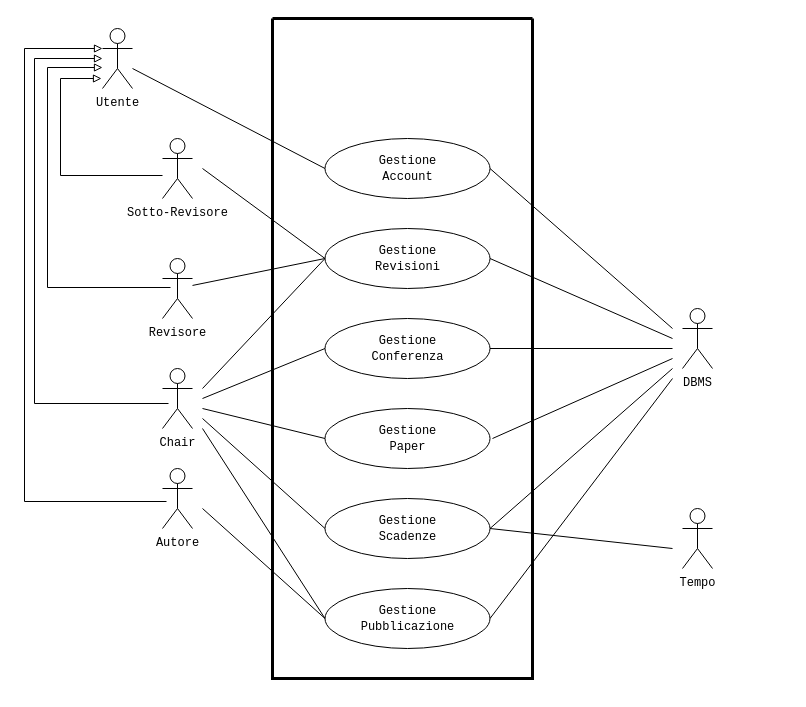
This is VistaInsieme.drawio from Gabro29/IngegneriaSoftware, a draw.io file, before an edit. Source tidied: cells renumbered, new cells numbered last; positions are measured from the earlier drawing's top-left corner, leaving out a move shared by most shapes. Both pictures are drawn from the tidied source at 100%, with x=0, y=0 at pixel (24, 18).
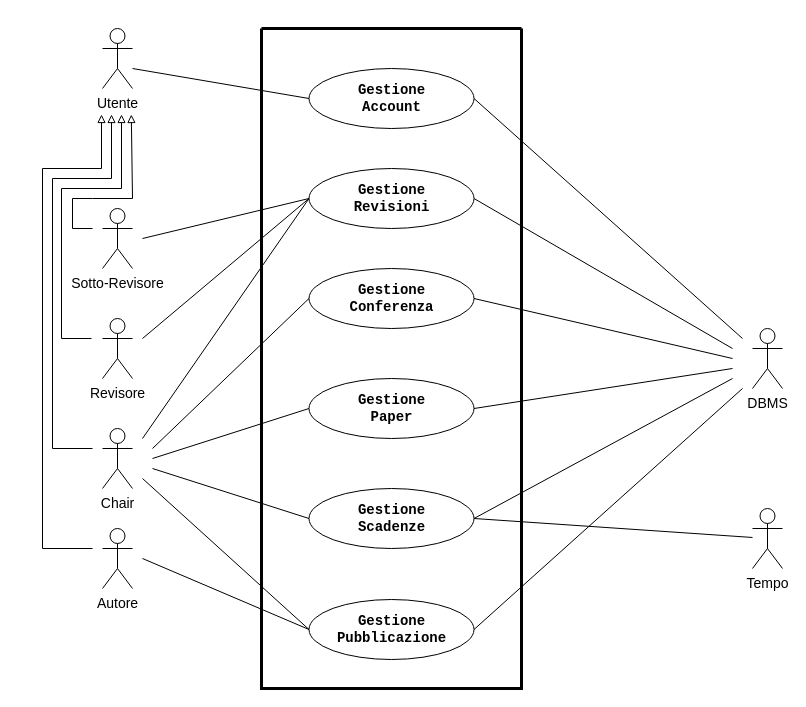
The same page after the edit.

Change to the diagram source:
```diff
@@
     <mxCell id="2" style="swimlane;startSize=0;swimlaneFillColor=none;strokeWidth=3;strokeColor=light-dark(#000000,#000000);labelBackgroundColor=none;fontColor=light-dark(#000000,#000000);" parent="1" vertex="1">
-      <mxGeometry x="248" width="260" height="660" as="geometry" />
+      <mxGeometry x="237" y="10" width="260" height="660" as="geometry" />
     </mxCell>
-    <mxCell id="3" value="&lt;font style=&quot;color: light-dark(rgb(0, 0, 0), rgb(0, 0, 0));&quot; face=&quot;Courier New&quot;&gt;Gestione&lt;/font&gt;&lt;div&gt;&lt;font style=&quot;color: light-dark(rgb(0, 0, 0), rgb(0, 0, 0));&quot; face=&quot;Courier New&quot;&gt;Account&lt;/font&gt;&lt;/div&gt;" style="ellipse;whiteSpace=wrap;html=1;fillColor=light-dark(#FFFFFF,#FFFFFF);strokeColor=light-dark(#000000,#000000);" parent="2" vertex="1">
-      <mxGeometry x="52.5" y="120" width="165" height="60" as="geometry" />
+    <mxCell id="3" value="&lt;font style=&quot;color: light-dark(rgb(0, 0, 0), rgb(0, 0, 0)); font-size: 14px;&quot; face=&quot;Courier New&quot;&gt;&lt;b&gt;Gestione&lt;/b&gt;&lt;/font&gt;&lt;div&gt;&lt;font style=&quot;color: light-dark(rgb(0, 0, 0), rgb(0, 0, 0)); font-size: 14px;&quot; face=&quot;Courier New&quot;&gt;&lt;b&gt;Account&lt;/b&gt;&lt;/font&gt;&lt;/div&gt;" style="ellipse;whiteSpace=wrap;html=1;fillColor=light-dark(#FFFFFF,#FFFFFF);strokeColor=light-dark(#000000,#000000);" parent="2" vertex="1">
+      <mxGeometry x="47.5" y="40" width="165" height="60" as="geometry" />
     </mxCell>
-    <mxCell id="4" value="&lt;font face=&quot;Courier New&quot; style=&quot;color: light-dark(rgb(0, 0, 0), rgb(0, 0, 0));&quot;&gt;Gestione&lt;/font&gt;&lt;div&gt;&lt;span style=&quot;font-family: &amp;quot;Courier New&amp;quot;;&quot;&gt;&lt;font style=&quot;color: light-dark(rgb(0, 0, 0), rgb(0, 0, 0));&quot;&gt;Revisioni&lt;/font&gt;&lt;/span&gt;&lt;/div&gt;" style="ellipse;whiteSpace=wrap;html=1;fillColor=light-dark(#FFFFFF,#FFFFFF);strokeColor=light-dark(#000000,#000000);" parent="2" vertex="1">
-      <mxGeometry x="52.5" y="210" width="165" height="60" as="geometry" />
+    <mxCell id="4" value="&lt;font face=&quot;Courier New&quot; style=&quot;color: light-dark(rgb(0, 0, 0), rgb(0, 0, 0)); font-size: 14px;&quot;&gt;&lt;b&gt;Gestione&lt;/b&gt;&lt;/font&gt;&lt;div&gt;&lt;span style=&quot;font-family: &amp;quot;Courier New&amp;quot;;&quot;&gt;&lt;font style=&quot;color: light-dark(rgb(0, 0, 0), rgb(0, 0, 0)); font-size: 14px;&quot;&gt;&lt;b&gt;Revisioni&lt;/b&gt;&lt;/font&gt;&lt;/span&gt;&lt;/div&gt;" style="ellipse;whiteSpace=wrap;html=1;fillColor=light-dark(#FFFFFF,#FFFFFF);strokeColor=light-dark(#000000,#000000);" parent="2" vertex="1">
+      <mxGeometry x="47.5" y="140" width="165" height="60" as="geometry" />
     </mxCell>
-    <mxCell id="5" value="&lt;font face=&quot;Courier New&quot; style=&quot;color: light-dark(rgb(0, 0, 0), rgb(0, 0, 0));&quot;&gt;Gestione&lt;/font&gt;&lt;div&gt;&lt;font style=&quot;color: light-dark(rgb(0, 0, 0), rgb(0, 0, 0));&quot; face=&quot;Courier New&quot;&gt;Conferenza&lt;/font&gt;&lt;/div&gt;" style="ellipse;whiteSpace=wrap;html=1;fillColor=light-dark(#FFFFFF,#FFFFFF);strokeColor=light-dark(#000000,#000000);" parent="2" vertex="1">
-      <mxGeometry x="52.5" y="300" width="165" height="60" as="geometry" />
+    <mxCell id="5" value="&lt;font face=&quot;Courier New&quot; style=&quot;color: light-dark(rgb(0, 0, 0), rgb(0, 0, 0)); font-size: 14px;&quot;&gt;&lt;b&gt;Gestione&lt;/b&gt;&lt;/font&gt;&lt;div&gt;&lt;font style=&quot;color: light-dark(rgb(0, 0, 0), rgb(0, 0, 0)); font-size: 14px;&quot; face=&quot;Courier New&quot;&gt;&lt;b&gt;Conferenza&lt;/b&gt;&lt;/font&gt;&lt;/div&gt;" style="ellipse;whiteSpace=wrap;html=1;fillColor=light-dark(#FFFFFF,#FFFFFF);strokeColor=light-dark(#000000,#000000);" parent="2" vertex="1">
+      <mxGeometry x="47.5" y="240" width="165" height="60" as="geometry" />
     </mxCell>
-    <mxCell id="6" value="&lt;font face=&quot;Courier New&quot; style=&quot;color: light-dark(rgb(0, 0, 0), rgb(0, 0, 0));&quot;&gt;Gestione&lt;/font&gt;&lt;div&gt;&lt;span style=&quot;font-family: &amp;quot;Courier New&amp;quot;;&quot;&gt;&lt;font style=&quot;color: light-dark(rgb(0, 0, 0), rgb(0, 0, 0));&quot;&gt;Paper&lt;/font&gt;&lt;/span&gt;&lt;/div&gt;" style="ellipse;whiteSpace=wrap;html=1;fillColor=light-dark(#FFFFFF,#FFFFFF);strokeColor=light-dark(#000000,#000000);" parent="2" vertex="1">
-      <mxGeometry x="52.5" y="390" width="165" height="60" as="geometry" />
+    <mxCell id="6" value="&lt;font face=&quot;Courier New&quot; style=&quot;color: light-dark(rgb(0, 0, 0), rgb(0, 0, 0)); font-size: 14px;&quot;&gt;&lt;b&gt;Gestione&lt;/b&gt;&lt;/font&gt;&lt;div&gt;&lt;span style=&quot;font-family: &amp;quot;Courier New&amp;quot;;&quot;&gt;&lt;font style=&quot;color: light-dark(rgb(0, 0, 0), rgb(0, 0, 0)); font-size: 14px;&quot;&gt;&lt;b&gt;Paper&lt;/b&gt;&lt;/font&gt;&lt;/span&gt;&lt;/div&gt;" style="ellipse;whiteSpace=wrap;html=1;fillColor=light-dark(#FFFFFF,#FFFFFF);strokeColor=light-dark(#000000,#000000);" parent="2" vertex="1">
+      <mxGeometry x="47.5" y="350" width="165" height="60" as="geometry" />
     </mxCell>
-    <mxCell id="7" value="&lt;font face=&quot;Courier New&quot; style=&quot;color: light-dark(rgb(0, 0, 0), rgb(0, 0, 0));&quot;&gt;Gestione&lt;/font&gt;&lt;div&gt;&lt;font face=&quot;Courier New&quot; style=&quot;color: light-dark(rgb(0, 0, 0), rgb(0, 0, 0));&quot;&gt;Pubblicazione&lt;/font&gt;&lt;/div&gt;" style="ellipse;whiteSpace=wrap;html=1;fillColor=light-dark(#FFFFFF,#FFFFFF);strokeColor=light-dark(#000000,#000000);" parent="2" vertex="1">
-      <mxGeometry x="52.5" y="570" width="165" height="60" as="geometry" />
+    <mxCell id="7" value="&lt;font face=&quot;Courier New&quot; style=&quot;color: light-dark(rgb(0, 0, 0), rgb(0, 0, 0)); font-size: 14px;&quot;&gt;&lt;b&gt;Gestione&lt;/b&gt;&lt;/font&gt;&lt;div&gt;&lt;font face=&quot;Courier New&quot; style=&quot;color: light-dark(rgb(0, 0, 0), rgb(0, 0, 0)); font-size: 14px;&quot;&gt;&lt;b&gt;Pubblicazione&lt;/b&gt;&lt;/font&gt;&lt;/div&gt;" style="ellipse;whiteSpace=wrap;html=1;fillColor=light-dark(#FFFFFF,#FFFFFF);strokeColor=light-dark(#000000,#000000);" parent="2" vertex="1">
+      <mxGeometry x="47.5" y="571" width="165" height="60" as="geometry" />
     </mxCell>
-    <mxCell id="8" value="&lt;font face=&quot;Courier New&quot; style=&quot;color: light-dark(rgb(0, 0, 0), rgb(0, 0, 0));&quot;&gt;Gestione&lt;/font&gt;&lt;div&gt;&lt;font face=&quot;Courier New&quot; style=&quot;color: light-dark(rgb(0, 0, 0), rgb(0, 0, 0));&quot;&gt;Scadenze&lt;/font&gt;&lt;/div&gt;" style="ellipse;whiteSpace=wrap;html=1;fillColor=light-dark(#FFFFFF,#FFFFFF);strokeColor=light-dark(#000000,#000000);" parent="2" vertex="1">
-      <mxGeometry x="52.5" y="480" width="165" height="60" as="geometry" />
+    <mxCell id="8" value="&lt;font face=&quot;Courier New&quot; style=&quot;color: light-dark(rgb(0, 0, 0), rgb(0, 0, 0)); font-size: 14px;&quot;&gt;&lt;b&gt;Gestione&lt;/b&gt;&lt;/font&gt;&lt;div&gt;&lt;font face=&quot;Courier New&quot; style=&quot;color: light-dark(rgb(0, 0, 0), rgb(0, 0, 0)); font-size: 14px;&quot;&gt;&lt;b&gt;Scadenze&lt;/b&gt;&lt;/font&gt;&lt;/div&gt;" style="ellipse;whiteSpace=wrap;html=1;fillColor=light-dark(#FFFFFF,#FFFFFF);strokeColor=light-dark(#000000,#000000);" parent="2" vertex="1">
+      <mxGeometry x="47.5" y="460" width="165" height="60" as="geometry" />
     </mxCell>
-    <mxCell id="9" style="edgeStyle=orthogonalEdgeStyle;rounded=0;jettySize=auto;html=1;endArrow=block;endFill=0;" parent="1" edge="1" target="15">
+    <mxCell id="9" style="edgeStyle=orthogonalEdgeStyle;rounded=0;orthogonalLoop=1;jettySize=auto;html=1;endArrow=block;endFill=0;strokeColor=light-dark(#000000,#000000);strokeWidth=1;" parent="1" edge="1">
       <mxGeometry relative="1" as="geometry">
-        <mxPoint x="146" y="269" as="sourcePoint" />
+        <mxPoint x="67" y="320" as="sourcePoint" />
+        <mxPoint x="97" y="96" as="targetPoint" />
         <Array as="points">
-          <mxPoint x="23" y="269" />
-          <mxPoint x="23" y="49" />
+          <mxPoint x="37" y="320" />
+          <mxPoint x="37" y="170" />
+          <mxPoint x="97" y="170" />
         </Array>
       </mxGeometry>
     </mxCell>
-    <mxCell id="10" value="&lt;font face=&quot;Courier New&quot; style=&quot;color: light-dark(rgb(0, 0, 0), rgb(0, 0, 0));&quot;&gt;Autore&lt;/font&gt;" style="shape=umlActor;verticalLabelPosition=bottom;verticalAlign=top;html=1;strokeColor=light-dark(#000000,#000000);" parent="1" vertex="1">
-      <mxGeometry x="138" y="450" width="30" height="60" as="geometry" />
+    <mxCell id="10" value="&lt;font face=&quot;Helvetica&quot; style=&quot;color: light-dark(rgb(0, 0, 0), rgb(0, 0, 0)); font-size: 14px;&quot;&gt;Autore&lt;/font&gt;" style="shape=umlActor;verticalLabelPosition=bottom;verticalAlign=top;html=1;strokeColor=light-dark(#000000,#000000);" parent="1" vertex="1">
+      <mxGeometry x="78" y="510" width="30" height="60" as="geometry" />
     </mxCell>
-    <mxCell id="11" value="&lt;font face=&quot;Courier New&quot; style=&quot;color: light-dark(rgb(0, 0, 0), rgb(0, 0, 0));&quot;&gt;Chair&lt;/font&gt;" style="shape=umlActor;verticalLabelPosition=bottom;verticalAlign=top;html=1;strokeColor=light-dark(#000000,#000000);" parent="1" vertex="1">
-      <mxGeometry x="138" y="350" width="30" height="60" as="geometry" />
+    <mxCell id="11" value="&lt;font face=&quot;Helvetica&quot; style=&quot;color: light-dark(rgb(0, 0, 0), rgb(0, 0, 0)); font-size: 14px;&quot;&gt;Chair&lt;/font&gt;" style="shape=umlActor;verticalLabelPosition=bottom;verticalAlign=top;html=1;strokeColor=light-dark(#000000,#000000);" parent="1" vertex="1">
+      <mxGeometry x="78" y="410" width="30" height="60" as="geometry" />
     </mxCell>
-    <mxCell id="12" value="&lt;font face=&quot;Courier New&quot; style=&quot;color: light-dark(rgb(0, 0, 0), rgb(0, 0, 0));&quot;&gt;Revisore&lt;/font&gt;" style="shape=umlActor;verticalLabelPosition=bottom;verticalAlign=top;html=1;outlineConnect=0;strokeColor=light-dark(#000000,#000000);" parent="1" vertex="1">
-      <mxGeometry x="138" y="240" width="30" height="60" as="geometry" />
+    <mxCell id="12" value="&lt;font face=&quot;Helvetica&quot; style=&quot;color: light-dark(rgb(0, 0, 0), rgb(0, 0, 0)); font-size: 14px;&quot;&gt;Revisore&lt;/font&gt;" style="shape=umlActor;verticalLabelPosition=bottom;verticalAlign=top;html=1;outlineConnect=0;strokeColor=light-dark(#000000,#000000);" parent="1" vertex="1">
+      <mxGeometry x="78" y="300" width="30" height="60" as="geometry" />
     </mxCell>
-    <mxCell id="13" value="&lt;font face=&quot;Courier New&quot; style=&quot;color: light-dark(rgb(0, 0, 0), rgb(0, 0, 0));&quot;&gt;Sotto-Revisore&lt;/font&gt;" style="shape=umlActor;verticalLabelPosition=bottom;verticalAlign=top;html=1;strokeColor=light-dark(#000000,#000000);" parent="1" vertex="1">
-      <mxGeometry x="138" y="120" width="30" height="60" as="geometry" />
+    <mxCell id="13" value="&lt;font face=&quot;Helvetica&quot; style=&quot;color: light-dark(rgb(0, 0, 0), rgb(0, 0, 0)); font-size: 14px;&quot;&gt;Sotto-Revisore&lt;/font&gt;" style="shape=umlActor;verticalLabelPosition=bottom;verticalAlign=top;html=1;strokeColor=light-dark(#000000,#000000);" parent="1" vertex="1">
+      <mxGeometry x="78" y="190" width="30" height="60" as="geometry" />
     </mxCell>
@@
-    <mxCell id="15" value="&lt;font face=&quot;Courier New&quot; style=&quot;color: light-dark(rgb(0, 0, 0), rgb(0, 0, 0));&quot;&gt;Utente&lt;/font&gt;" style="shape=umlActor;verticalLabelPosition=bottom;verticalAlign=top;html=1;outlineConnect=0;strokeColor=light-dark(#000000,#000000);" parent="1" vertex="1">
+    <mxCell id="15" value="&lt;font style=&quot;color: light-dark(rgb(0, 0, 0), rgb(0, 0, 0)); font-size: 14px;&quot;&gt;Utente&lt;/font&gt;" style="shape=umlActor;verticalLabelPosition=bottom;verticalAlign=top;html=1;outlineConnect=0;strokeColor=light-dark(#000000,#000000);" parent="1" vertex="1">
       <mxGeometry x="78" y="10" width="30" height="60" as="geometry" />
     </mxCell>
     <mxCell id="16" style="rounded=0;jettySize=auto;html=1;strokeColor=light-dark(#000000,#000000);endArrow=none;startFill=0;entryX=0;entryY=0.5;entryDx=0;entryDy=0;" parent="1" edge="1" target="4">
       <mxGeometry relative="1" as="geometry">
-        <mxPoint x="178" y="150" as="sourcePoint" />
+        <mxPoint x="118" y="220" as="sourcePoint" />
       </mxGeometry>
     </mxCell>
-    <mxCell id="17" style="rounded=0;jettySize=auto;html=1;strokeColor=light-dark(#000000,#000000);endArrow=none;startFill=0;entryX=0;entryY=0.5;entryDx=0;entryDy=0;" parent="1" edge="1" source="12" target="4">
-      <mxGeometry relative="1" as="geometry" />
+    <mxCell id="17" style="rounded=0;jettySize=auto;html=1;strokeColor=light-dark(#000000,#000000);endArrow=none;startFill=0;entryX=0;entryY=0.5;entryDx=0;entryDy=0;" parent="1" edge="1" target="4">
+      <mxGeometry relative="1" as="geometry">
+        <mxPoint x="118" y="320" as="sourcePoint" />
+      </mxGeometry>
     </mxCell>
     <mxCell id="18" style="rounded=0;jettySize=auto;html=1;strokeColor=light-dark(#000000,#000000);endArrow=none;startFill=0;entryX=0;entryY=0.5;entryDx=0;entryDy=0;" parent="1" edge="1" target="5">
       <mxGeometry relative="1" as="geometry">
-        <mxPoint x="178" y="380" as="sourcePoint" />
+        <mxPoint x="128" y="430" as="sourcePoint" />
       </mxGeometry>
     </mxCell>
     <mxCell id="19" style="rounded=0;jettySize=auto;html=1;strokeColor=light-dark(#000000,#000000);endArrow=none;startFill=0;entryX=0;entryY=0.5;entryDx=0;entryDy=0;" parent="1" edge="1" target="6">
       <mxGeometry relative="1" as="geometry">
-        <mxPoint x="178" y="390" as="sourcePoint" />
+        <mxPoint x="128" y="440" as="sourcePoint" />
       </mxGeometry>
     </mxCell>
     <mxCell id="20" style="rounded=0;jettySize=auto;html=1;strokeColor=light-dark(#000000,#000000);endArrow=none;startFill=0;entryX=0;entryY=0.5;entryDx=0;entryDy=0;" parent="1" edge="1" target="7">
       <mxGeometry relative="1" as="geometry">
-        <mxPoint x="178" y="410" as="sourcePoint" />
+        <mxPoint x="118" y="460" as="sourcePoint" />
       </mxGeometry>
     </mxCell>
     <mxCell id="21" style="rounded=0;jettySize=auto;html=1;strokeColor=light-dark(#000000,#000000);endArrow=none;startFill=0;entryX=0;entryY=0.5;entryDx=0;entryDy=0;" parent="1" edge="1" target="4">
       <mxGeometry relative="1" as="geometry">
-        <mxPoint x="178" y="370" as="sourcePoint" />
+        <mxPoint x="118" y="420" as="sourcePoint" />
       </mxGeometry>
     </mxCell>
     <mxCell id="22" style="rounded=0;jettySize=auto;html=1;strokeColor=light-dark(#000000,#000000);endArrow=none;startFill=0;entryX=0;entryY=0.5;entryDx=0;entryDy=0;" parent="1" edge="1" target="7">
       <mxGeometry relative="1" as="geometry">
-        <mxPoint x="178" y="490" as="sourcePoint" />
+        <mxPoint x="118" y="540" as="sourcePoint" />
       </mxGeometry>
     </mxCell>
     <mxCell id="23" style="rounded=0;jettySize=auto;html=1;strokeColor=light-dark(#000000,#000000);endArrow=none;startFill=0;entryX=0;entryY=0.5;entryDx=0;entryDy=0;" parent="1" edge="1" target="8">
       <mxGeometry relative="1" as="geometry">
-        <mxPoint x="178" y="400" as="sourcePoint" />
+        <mxPoint x="128" y="450" as="sourcePoint" />
       </mxGeometry>
     </mxCell>
-    <mxCell id="24" value="&lt;font face=&quot;Courier New&quot; style=&quot;color: light-dark(rgb(0, 0, 0), rgb(0, 0, 0));&quot;&gt;DBMS&lt;/font&gt;" style="shape=umlActor;verticalLabelPosition=bottom;verticalAlign=top;html=1;strokeColor=light-dark(#000000,#000000);" parent="1" vertex="1">
-      <mxGeometry x="658" y="290" width="30" height="60" as="geometry" />
+    <mxCell id="24" value="&lt;font face=&quot;Helvetica&quot; style=&quot;color: light-dark(rgb(0, 0, 0), rgb(0, 0, 0)); font-size: 14px;&quot;&gt;DBMS&lt;/font&gt;" style="shape=umlActor;verticalLabelPosition=bottom;verticalAlign=top;html=1;strokeColor=light-dark(#000000,#000000);" parent="1" vertex="1">
+      <mxGeometry x="728" y="310" width="30" height="60" as="geometry" />
     </mxCell>
-    <mxCell id="25" value="&lt;font face=&quot;Courier New&quot; style=&quot;color: light-dark(rgb(0, 0, 0), rgb(0, 0, 0));&quot;&gt;Tempo&lt;/font&gt;" style="shape=umlActor;verticalLabelPosition=bottom;verticalAlign=top;html=1;outlineConnect=0;strokeColor=light-dark(#000000,#000000);" parent="1" vertex="1">
-      <mxGeometry x="658" y="490" width="30" height="60" as="geometry" />
+    <mxCell id="25" value="&lt;font style=&quot;color: light-dark(rgb(0, 0, 0), rgb(0, 0, 0)); font-size: 14px;&quot;&gt;Tempo&lt;/font&gt;" style="shape=umlActor;verticalLabelPosition=bottom;verticalAlign=top;html=1;outlineConnect=0;strokeColor=light-dark(#000000,#000000);" parent="1" vertex="1">
+      <mxGeometry x="728" y="490" width="30" height="60" as="geometry" />
     </mxCell>
     <mxCell id="26" style="rounded=0;jettySize=auto;html=1;strokeColor=light-dark(#000000,#000000);endArrow=none;startFill=0;exitX=1;exitY=0.5;exitDx=0;exitDy=0;" parent="1" edge="1" source="3">
       <mxGeometry relative="1" as="geometry">
-        <mxPoint x="648" y="310" as="targetPoint" />
+        <mxPoint x="718" y="320" as="targetPoint" />
       </mxGeometry>
     </mxCell>
     <mxCell id="27" style="rounded=0;jettySize=auto;html=1;strokeColor=light-dark(#000000,#000000);endArrow=none;startFill=0;exitX=1;exitY=0.5;exitDx=0;exitDy=0;" parent="1" edge="1" source="4">
       <mxGeometry relative="1" as="geometry">
-        <mxPoint x="648" y="320" as="targetPoint" />
+        <mxPoint x="708" y="330" as="targetPoint" />
       </mxGeometry>
     </mxCell>
     <mxCell id="28" style="rounded=0;jettySize=auto;html=1;strokeColor=light-dark(#000000,#000000);endArrow=none;startFill=0;exitX=1;exitY=0.5;exitDx=0;exitDy=0;" parent="1" edge="1" source="5">
       <mxGeometry relative="1" as="geometry">
-        <mxPoint x="648" y="330" as="targetPoint" />
+        <mxPoint x="708" y="340" as="targetPoint" />
       </mxGeometry>
     </mxCell>
-    <mxCell id="29" style="rounded=0;orthogonalLoop=1;jettySize=auto;html=1;strokeColor=light-dark(#000000,#000000);endArrow=none;startFill=0;" parent="1" edge="1">
+    <mxCell id="29" style="rounded=0;jettySize=auto;html=1;strokeColor=light-dark(#000000,#000000);endArrow=none;startFill=0;exitX=1;exitY=0.5;exitDx=0;exitDy=0;" parent="1" edge="1" source="6">
       <mxGeometry relative="1" as="geometry">
-        <mxPoint x="468" y="420" as="sourcePoint" />
-        <mxPoint x="648" y="340" as="targetPoint" />
+        <mxPoint x="708" y="350" as="targetPoint" />
       </mxGeometry>
     </mxCell>
     <mxCell id="30" style="rounded=0;jettySize=auto;html=1;strokeColor=light-dark(#000000,#000000);endArrow=none;startFill=0;exitX=1;exitY=0.5;exitDx=0;exitDy=0;" parent="1" edge="1" source="8">
       <mxGeometry relative="1" as="geometry">
-        <mxPoint x="648" y="350" as="targetPoint" />
+        <mxPoint x="708" y="360" as="targetPoint" />
       </mxGeometry>
     </mxCell>
     <mxCell id="31" style="rounded=0;jettySize=auto;html=1;strokeColor=light-dark(#000000,#000000);endArrow=none;startFill=0;exitX=1;exitY=0.5;exitDx=0;exitDy=0;" parent="1" edge="1" source="7">
       <mxGeometry relative="1" as="geometry">
-        <mxPoint x="648" y="360" as="targetPoint" />
+        <mxPoint x="718" y="370" as="targetPoint" />
       </mxGeometry>
     </mxCell>
-    <mxCell id="32" style="rounded=0;jettySize=auto;html=1;strokeColor=light-dark(#000000,#000000);endArrow=none;startFill=0;exitX=1;exitY=0.5;exitDx=0;exitDy=0;" parent="1" edge="1" source="8">
-      <mxGeometry relative="1" as="geometry">
-        <mxPoint x="648" y="530" as="targetPoint" />
-      </mxGeometry>
+    <mxCell id="32" style="rounded=0;jettySize=auto;html=1;strokeColor=light-dark(#000000,#000000);endArrow=none;startFill=0;exitX=1;exitY=0.5;exitDx=0;exitDy=0;" parent="1" edge="1" source="8" target="25">
+      <mxGeometry relative="1" as="geometry" />
     </mxCell>
-    <mxCell id="33" style="edgeStyle=orthogonalEdgeStyle;rounded=0;orthogonalLoop=1;jettySize=auto;html=1;strokeColor=light-dark(#000000,#3C3C3C);endArrow=block;endFill=0;" parent="1" edge="1">
-      <mxGeometry relative="1" as="geometry">
-        <mxPoint x="138" y="157" as="sourcePoint" />
-        <mxPoint x="77" y="60" as="targetPoint" />
-        <Array as="points">
-          <mxPoint x="36" y="157" />
-          <mxPoint x="36" y="60" />
-        </Array>
-      </mxGeometry>
-    </mxCell>
-    <mxCell id="34" style="edgeStyle=orthogonalEdgeStyle;rounded=0;jettySize=auto;html=1;endArrow=block;endFill=0;" parent="1" edge="1" target="15">
+    <mxCell id="34" style="edgeStyle=orthogonalEdgeStyle;rounded=0;orthogonalLoop=1;jettySize=auto;html=1;endArrow=block;endFill=0;strokeColor=light-dark(#000000,#000000);" parent="1" edge="1">
       <mxGeometry relative="1" as="geometry">
-        <mxPoint x="144" y="385" as="sourcePoint" />
+        <mxPoint x="68" y="430" as="sourcePoint" />
+        <mxPoint x="87" y="96" as="targetPoint" />
         <Array as="points">
-          <mxPoint x="10" y="385" />
-          <mxPoint x="10" y="40" />
+          <mxPoint x="28" y="430" />
+          <mxPoint x="28" y="160" />
+          <mxPoint x="87" y="160" />
         </Array>
       </mxGeometry>
     </mxCell>
-    <mxCell id="35" style="edgeStyle=orthogonalEdgeStyle;rounded=0;jettySize=auto;html=1;endArrow=block;endFill=0;entryX=0;entryY=0.3333333333333333;entryDx=0;entryDy=0;entryPerimeter=0;" parent="1" edge="1" target="15">
+    <mxCell id="35" style="edgeStyle=orthogonalEdgeStyle;rounded=0;orthogonalLoop=1;jettySize=auto;html=1;endArrow=block;endFill=0;strokeColor=light-dark(#000000,#000000);" parent="1" edge="1">
       <mxGeometry relative="1" as="geometry">
-        <mxPoint x="142" y="483" as="sourcePoint" />
+        <mxPoint x="68" y="530" as="sourcePoint" />
+        <mxPoint x="77" y="96" as="targetPoint" />
         <Array as="points">
-          <mxPoint y="483" />
-          <mxPoint y="30" />
+          <mxPoint x="18" y="530" />
+          <mxPoint x="18" y="150" />
+          <mxPoint x="77" y="150" />
         </Array>
       </mxGeometry>
     </mxCell>
+    <mxCell id="36" style="endArrow=block;html=1;rounded=0;strokeColor=light-dark(#000000,#000000);endFill=0;strokeWidth=1;startSize=6;jumpSize=6;targetPerimeterSpacing=0;endSize=6;" parent="1" edge="1">
+      <mxGeometry relative="1" as="geometry">
+        <mxPoint x="68" y="210" as="sourcePoint" />
+        <mxPoint x="106.8" y="96" as="targetPoint" />
+        <Array as="points">
+          <mxPoint x="68" y="210" />
+          <mxPoint x="48" y="210" />
+          <mxPoint x="48" y="180" />
+          <mxPoint x="68" y="180" />
+          <mxPoint x="108" y="180" />
+        </Array>
+      </mxGeometry>
+    </mxCell>
```
